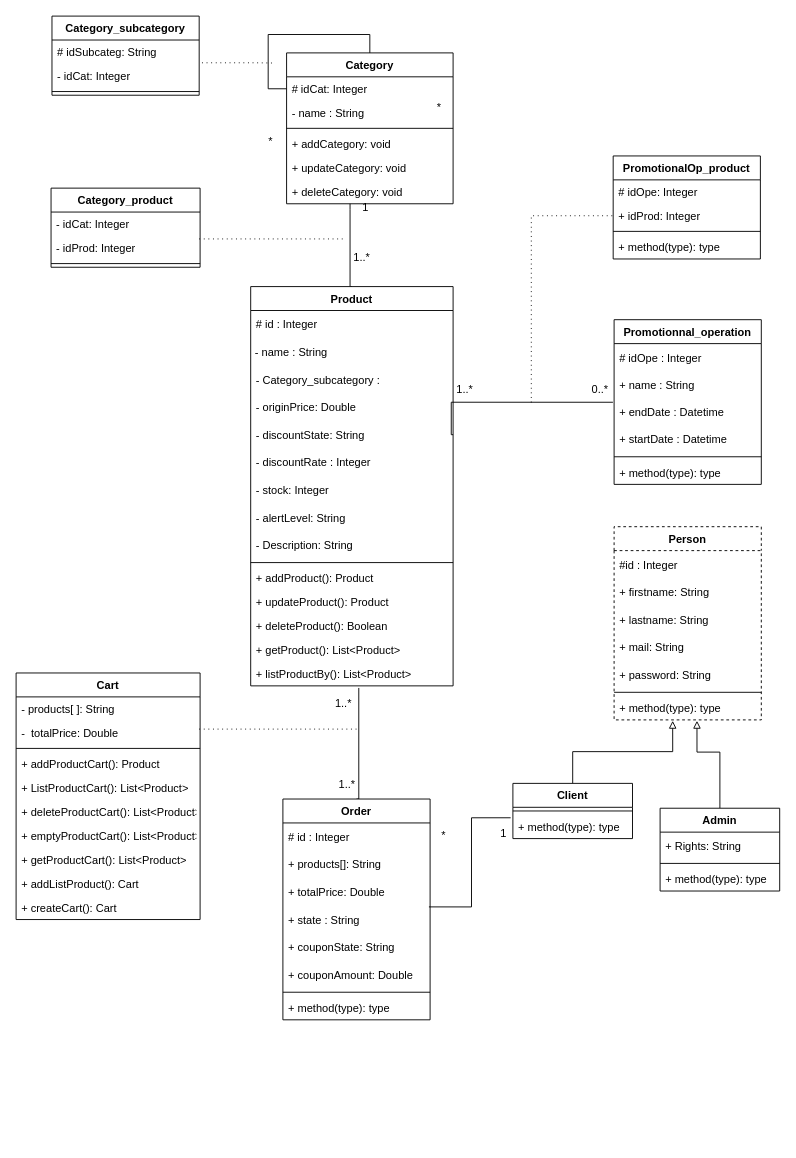
zbendd/ptut8 keeps this draw.io diagram as ptut8_DiagrammeDeClasse_V1.0.drawio. Above is the earlier version. Source tidied: cells renumbered, new cells numbered last; positions are measured from the earlier drawing's top-left corner, leaving out a move shared by most shapes. Both pictures are drawn from the tidied source at 92%, with x=0, y=0 at pixel (16, 16).
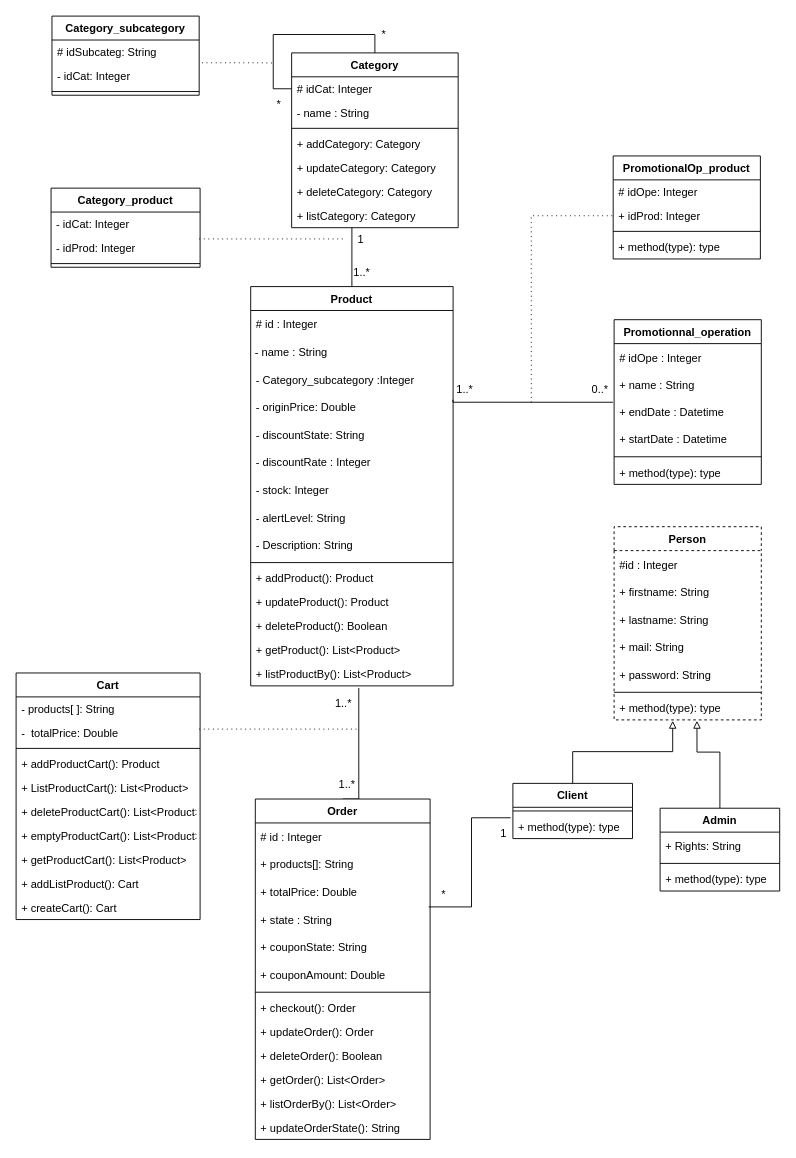
The same page after the edit.

Unchanged cells that the change refers to:
```xml
<mxCell id="29" value="+ endDate : Datetime" style="text;strokeColor=none;fillColor=none;align=left;verticalAlign=middle;spacingLeft=4;spacingRight=4;overflow=hidden;points=[[0,0.5],[1,0.5]];portConstraint=eastwest;" parent="26" vertex="1">
  <mxGeometry y="86" width="160" height="29" as="geometry" />
</mxCell>
<mxCell id="37" value="Product" style="swimlane;fontStyle=1;align=center;verticalAlign=top;horizontal=1;startSize=26;" parent="1" vertex="1">
  <mxGeometry x="255" y="294" width="220" height="434" as="geometry" />
</mxCell>
<mxCell id="41" value="- originPrice: Double" style="text;strokeColor=none;fillColor=none;align=left;verticalAlign=middle;spacingLeft=4;spacingRight=4;overflow=hidden;points=[[0,0.5],[1,0.5]];portConstraint=eastwest;" parent="37" vertex="1">
  <mxGeometry y="116" width="220" height="30" as="geometry" />
</mxCell>
<mxCell id="42" value="- discountState: String" style="text;strokeColor=none;fillColor=none;align=left;verticalAlign=middle;spacingLeft=4;spacingRight=4;overflow=hidden;points=[[0,0.5],[1,0.5]];portConstraint=eastwest;" parent="37" vertex="1">
  <mxGeometry y="146" width="220" height="30" as="geometry" />
</mxCell>
```

Diff of the diagram source:
```diff
@@
-    <mxCell id="6" style="edgeStyle=orthogonalEdgeStyle;rounded=0;jettySize=auto;html=1;entryX=-0.008;entryY=0.129;entryDx=0;entryDy=0;endArrow=none;endFill=0;exitX=1;exitY=0.5;exitDx=0;exitDy=0;entryPerimeter=0;" parent="1" edge="1" source="42" target="29">
+    <mxCell id="6" style="edgeStyle=orthogonalEdgeStyle;rounded=0;jettySize=auto;html=1;entryX=-0.008;entryY=0.129;entryDx=0;entryDy=0;endArrow=none;endFill=0;exitX=0.999;exitY=0.233;exitDx=0;exitDy=0;entryPerimeter=0;exitPerimeter=0;" parent="1" edge="1" source="41" target="29">
       <mxGeometry relative="1" as="geometry">
         <Array as="points">
-          <mxPoint x="473" y="420" />
+          <mxPoint x="475" y="420" />
         </Array>
       </mxGeometry>
     </mxCell>
@@
     <mxCell id="8" value="*" style="text;html=1;strokeColor=none;fillColor=none;align=center;verticalAlign=middle;whiteSpace=wrap;rounded=0;" parent="1" vertex="1">
-      <mxGeometry x="450" y="90" width="20" height="20" as="geometry" />
+      <mxGeometry x="389.5" y="10" width="20" height="20" as="geometry" />
     </mxCell>
     <mxCell id="9" value="1..*" style="text;html=1;strokeColor=none;fillColor=none;align=center;verticalAlign=middle;whiteSpace=wrap;rounded=0;" parent="1" vertex="1">
-      <mxGeometry x="366" y="253" width="20" height="20" as="geometry" />
+      <mxGeometry x="366" y="269" width="20" height="20" as="geometry" />
     </mxCell>
@@
     <mxCell id="11" value="1" style="text;html=1;strokeColor=none;fillColor=none;align=center;verticalAlign=middle;whiteSpace=wrap;rounded=0;" parent="1" vertex="1">
-      <mxGeometry x="369.5" y="193" width="20" height="30" as="geometry" />
+      <mxGeometry x="364.5" y="228" width="20" height="30" as="geometry" />
     </mxCell>
@@
     <mxCell id="15" value="*" style="text;html=1;strokeColor=none;fillColor=none;align=center;verticalAlign=middle;whiteSpace=wrap;rounded=0;" parent="1" vertex="1">
-      <mxGeometry x="455" y="876" width="20" height="30" as="geometry" />
+      <mxGeometry x="455" y="940" width="20" height="30" as="geometry" />
     </mxCell>
@@
     <mxCell id="18" value="Category" style="swimlane;fontStyle=1;align=center;verticalAlign=top;horizontal=1;startSize=26;" parent="1" vertex="1">
-      <mxGeometry x="294" y="40" width="181" height="164" as="geometry" />
+      <mxGeometry x="299.5" y="40" width="181" height="190" as="geometry" />
     </mxCell>
@@
-    <mxCell id="22" value="+ addCategory: void" style="text;strokeColor=none;fillColor=none;align=left;verticalAlign=top;spacingLeft=4;spacingRight=4;overflow=hidden;" parent="18" vertex="1">
+    <mxCell id="22" value="+ addCategory: Category" style="text;strokeColor=none;fillColor=none;align=left;verticalAlign=top;spacingLeft=4;spacingRight=4;overflow=hidden;" parent="18" vertex="1">
       <mxGeometry y="86" width="181" height="26" as="geometry" />
     </mxCell>
-    <mxCell id="23" value="+ updateCategory: void" style="text;strokeColor=none;fillColor=none;align=left;verticalAlign=top;spacingLeft=4;spacingRight=4;overflow=hidden;" parent="18" vertex="1">
+    <mxCell id="23" value="+ updateCategory: Category" style="text;strokeColor=none;fillColor=none;align=left;verticalAlign=top;spacingLeft=4;spacingRight=4;overflow=hidden;" parent="18" vertex="1">
       <mxGeometry y="112" width="181" height="26" as="geometry" />
     </mxCell>
-    <mxCell id="24" value="+ deleteCategory: void" style="text;strokeColor=none;fillColor=none;align=left;verticalAlign=top;spacingLeft=4;spacingRight=4;overflow=hidden;" parent="18" vertex="1">
+    <mxCell id="24" value="+ deleteCategory: Category" style="text;strokeColor=none;fillColor=none;align=left;verticalAlign=top;spacingLeft=4;spacingRight=4;overflow=hidden;" parent="18" vertex="1">
       <mxGeometry y="138" width="181" height="26" as="geometry" />
     </mxCell>
@@
+    <mxCell id="102" value="+ listCategory: Category" style="text;strokeColor=none;fillColor=none;align=left;verticalAlign=top;spacingLeft=4;spacingRight=4;overflow=hidden;" parent="18" vertex="1">
+      <mxGeometry y="164" width="181" height="26" as="geometry" />
+    </mxCell>
@@
-    <mxCell id="40" value="- Category_subcategory : " style="text;strokeColor=none;fillColor=none;align=left;verticalAlign=middle;spacingLeft=4;spacingRight=4;overflow=hidden;" parent="37" vertex="1">
+    <mxCell id="40" value="- Category_subcategory :Integer" style="text;strokeColor=none;fillColor=none;align=left;verticalAlign=middle;spacingLeft=4;spacingRight=4;overflow=hidden;" parent="37" vertex="1">
       <mxGeometry y="86" width="220" height="30" as="geometry" />
     </mxCell>
@@
     <mxCell id="68" value="Order" style="swimlane;fontStyle=1;align=center;verticalAlign=top;horizontal=1;startSize=26;" parent="1" vertex="1">
-      <mxGeometry x="290" y="851" width="160" height="240" as="geometry" />
+      <mxGeometry x="260" y="851" width="190" height="370" as="geometry" />
     </mxCell>
     <mxCell id="69" value="# id : Integer" style="text;strokeColor=none;fillColor=none;align=left;verticalAlign=middle;spacingLeft=4;spacingRight=4;overflow=hidden;" parent="68" vertex="1">
-      <mxGeometry y="26" width="160" height="30" as="geometry" />
+      <mxGeometry y="26" width="190" height="30" as="geometry" />
     </mxCell>
     <mxCell id="70" value="+ products[]: String" style="text;strokeColor=none;fillColor=none;align=left;verticalAlign=middle;spacingLeft=4;spacingRight=4;overflow=hidden;" parent="68" vertex="1">
-      <mxGeometry y="56" width="160" height="30" as="geometry" />
+      <mxGeometry y="56" width="190" height="30" as="geometry" />
     </mxCell>
     <mxCell id="71" value="+ totalPrice: Double" style="text;strokeColor=none;fillColor=none;align=left;verticalAlign=middle;spacingLeft=4;spacingRight=4;overflow=hidden;" parent="68" vertex="1">
-      <mxGeometry y="86" width="160" height="30" as="geometry" />
+      <mxGeometry y="86" width="190" height="30" as="geometry" />
     </mxCell>
     <mxCell id="72" value="+ state : String" style="text;strokeColor=none;fillColor=none;align=left;verticalAlign=middle;spacingLeft=4;spacingRight=4;overflow=hidden;points=[[0,0.5],[1,0.5]];portConstraint=eastwest;" parent="68" vertex="1">
-      <mxGeometry y="116" width="160" height="30" as="geometry" />
+      <mxGeometry y="116" width="190" height="30" as="geometry" />
     </mxCell>
     <mxCell id="73" value="+ couponState: String" style="text;strokeColor=none;fillColor=none;align=left;verticalAlign=middle;spacingLeft=4;spacingRight=4;overflow=hidden;" parent="68" vertex="1">
-      <mxGeometry y="146" width="160" height="30" as="geometry" />
+      <mxGeometry y="146" width="190" height="30" as="geometry" />
     </mxCell>
     <mxCell id="74" value="+ couponAmount: Double" style="text;strokeColor=none;fillColor=none;align=left;verticalAlign=middle;spacingLeft=4;spacingRight=4;overflow=hidden;" parent="68" vertex="1">
-      <mxGeometry y="176" width="160" height="30" as="geometry" />
+      <mxGeometry y="176" width="190" height="30" as="geometry" />
     </mxCell>
     <mxCell id="75" style="line;strokeWidth=1;fillColor=none;align=left;verticalAlign=middle;spacingTop=-1;spacingLeft=3;spacingRight=3;labelPosition=right;" parent="68" vertex="1">
-      <mxGeometry y="206" width="160" height="8" as="geometry" />
+      <mxGeometry y="206" width="190" height="8" as="geometry" />
     </mxCell>
-    <mxCell id="76" value="+ method(type): type" style="text;strokeColor=none;fillColor=none;align=left;verticalAlign=top;spacingLeft=4;spacingRight=4;overflow=hidden;" parent="68" vertex="1">
-      <mxGeometry y="214" width="160" height="26" as="geometry" />
-    </mxCell>
+    <mxCell id="103" value="+ checkout(): Order" style="text;strokeColor=none;fillColor=none;align=left;verticalAlign=top;spacingLeft=4;spacingRight=4;overflow=hidden;" parent="68" vertex="1">
+      <mxGeometry y="214" width="190" height="26" as="geometry" />
+    </mxCell>
+    <mxCell id="104" value="+ updateOrder(): Order" style="text;strokeColor=none;fillColor=none;align=left;verticalAlign=top;spacingLeft=4;spacingRight=4;overflow=hidden;" parent="68" vertex="1">
+      <mxGeometry y="240" width="190" height="26" as="geometry" />
+    </mxCell>
+    <mxCell id="105" value="+ deleteOrder(): Boolean" style="text;strokeColor=none;fillColor=none;align=left;verticalAlign=top;spacingLeft=4;spacingRight=4;overflow=hidden;" parent="68" vertex="1">
+      <mxGeometry y="266" width="190" height="26" as="geometry" />
+    </mxCell>
+    <mxCell id="106" value="+ getOrder(): List&lt;Order&gt;" style="text;strokeColor=none;fillColor=none;align=left;verticalAlign=top;spacingLeft=4;spacingRight=4;overflow=hidden;" parent="68" vertex="1">
+      <mxGeometry y="292" width="190" height="26" as="geometry" />
+    </mxCell>
+    <mxCell id="107" value="+ listOrderBy(): List&lt;Order&gt;" style="text;strokeColor=none;fillColor=none;align=left;verticalAlign=top;spacingLeft=4;spacingRight=4;overflow=hidden;" parent="68" vertex="1">
+      <mxGeometry y="318" width="190" height="26" as="geometry" />
+    </mxCell>
+    <mxCell id="108" value="+ updateOrderState(): String" style="text;strokeColor=none;fillColor=none;align=left;verticalAlign=top;spacingLeft=4;spacingRight=4;overflow=hidden;" parent="68" vertex="1">
+      <mxGeometry y="344" width="190" height="26" as="geometry" />
+    </mxCell>
@@
     <mxCell id="101" value="*" style="text;html=1;strokeColor=none;fillColor=none;align=center;verticalAlign=middle;whiteSpace=wrap;rounded=0;" parent="1" vertex="1">
-      <mxGeometry x="267" y="122" width="20" height="30" as="geometry" />
+      <mxGeometry x="276" y="81" width="20" height="30" as="geometry" />
     </mxCell>
```
